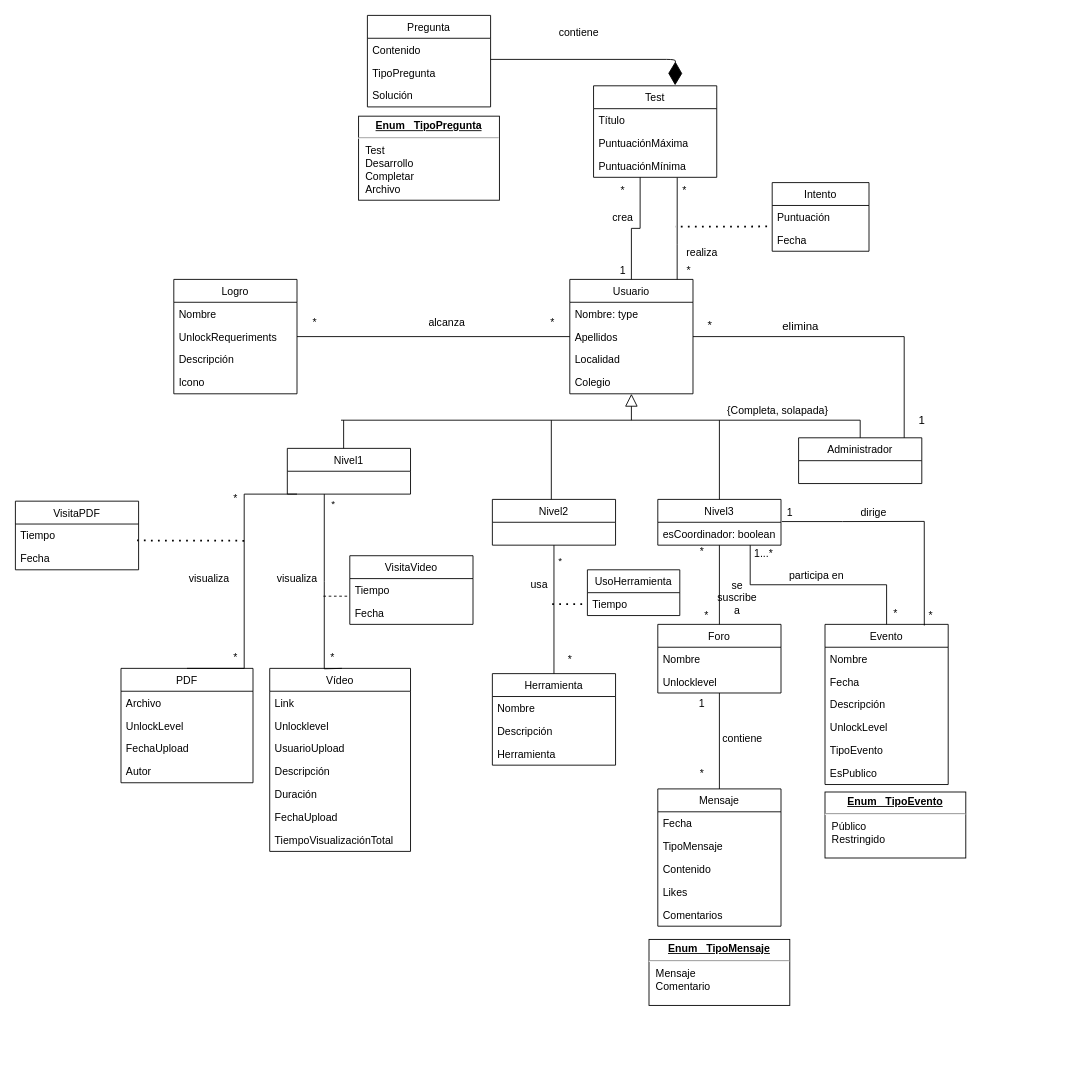
Before: Conceptualmodelm.drawio in gii-is-DP1/dp1-2020-g2-13, a draw.io diagram. Source tidied: cells renumbered, new cells numbered last; positions are measured from the earlier drawing's top-left corner, leaving out a move shared by most shapes. Both pictures are drawn from the tidied source at 88%, with x=0, y=0 at pixel (15, 15).
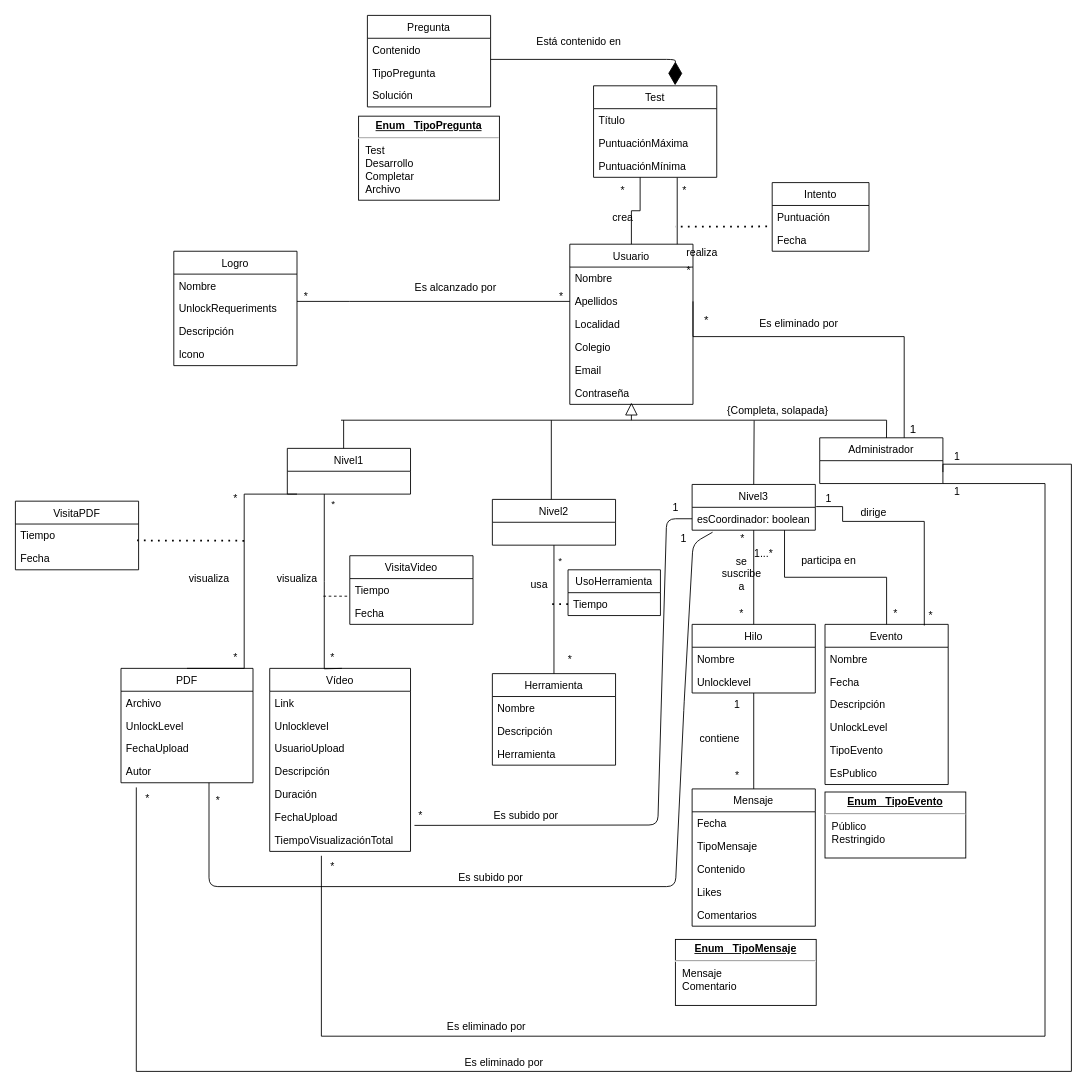
After the change.

Commit message:
Modelado conceptual actualizado

The change refers to these unchanged cells:
```xml
<mxCell id="6" value="Apellidos" style="text;strokeColor=none;fillColor=none;align=left;verticalAlign=top;spacingLeft=4;spacingRight=4;overflow=hidden;points=[[0,0.5],[1,0.5]];portConstraint=eastwest;" parent="4" vertex="1">
  <mxGeometry y="52" width="140" height="26" as="geometry" />
</mxCell>
<mxCell id="14" value="Autor" style="text;strokeColor=none;fillColor=none;align=left;verticalAlign=top;spacingLeft=4;spacingRight=4;overflow=hidden;points=[[0,0.5],[1,0.5]];portConstraint=eastwest;" parent="10" vertex="1">
  <mxGeometry y="104" width="150" height="26" as="geometry" />
</mxCell>
<mxCell id="24" value="TiempoVisualizaciónTotal" style="text;strokeColor=none;fillColor=none;align=left;verticalAlign=top;spacingLeft=4;spacingRight=4;overflow=hidden;points=[[0,0.5],[1,0.5]];portConstraint=eastwest;" parent="17" vertex="1">
  <mxGeometry y="182" width="160" height="26" as="geometry" />
</mxCell>
<mxCell id="77" value="esCoordinador: boolean" style="text;strokeColor=none;fillColor=none;align=left;verticalAlign=top;spacingLeft=4;spacingRight=4;overflow=hidden;points=[[0,0.5],[1,0.5]];portConstraint=eastwest;" parent="76" vertex="1">
  <mxGeometry y="26" width="140" height="26" as="geometry" />
</mxCell>
<mxCell id="78" style="edgeStyle=orthogonalEdgeStyle;rounded=0;jettySize=auto;html=1;startArrow=none;startFill=0;endArrow=none;endFill=0;entryX=1;entryY=0.5;entryDx=0;entryDy=0;" parent="1" edge="1" source="81" target="6">
  <mxGeometry relative="1" as="geometry">
    <Array as="points">
      <mxPoint x="1010" y="365" />
    </Array>
  </mxGeometry>
</mxCell>
<mxCell id="127" value="{Completa, solapada}" style="text;html=1;align=center;verticalAlign=middle;points=[];" parent="1" vertex="1">
  <mxGeometry x="801" y="440" width="130" height="20" as="geometry" />
</mxCell>
```

Diff of the diagram source:
```diff
@@
     <mxCell id="4" value="Usuario" style="swimlane;fontStyle=0;horizontal=1;startSize=26;fillColor=none;" parent="1" vertex="1">
-      <mxGeometry x="630" y="300" width="140" height="130" as="geometry" />
+      <mxGeometry x="630" y="260" width="140" height="182" as="geometry" />
     </mxCell>
-    <mxCell id="5" value="Nombre: type" style="text;strokeColor=none;fillColor=none;align=left;verticalAlign=top;spacingLeft=4;spacingRight=4;overflow=hidden;" parent="4" vertex="1">
+    <mxCell id="5" value="Nombre" style="text;strokeColor=none;fillColor=none;align=left;verticalAlign=top;spacingLeft=4;spacingRight=4;overflow=hidden;" parent="4" vertex="1">
       <mxGeometry y="26" width="140" height="26" as="geometry" />
     </mxCell>
@@
+    <mxCell id="129" value="Email" style="text;strokeColor=none;fillColor=none;align=left;verticalAlign=top;spacingLeft=4;spacingRight=4;overflow=hidden;" parent="4" vertex="1">
+      <mxGeometry y="130" width="140" height="26" as="geometry" />
+    </mxCell>
+    <mxCell id="130" value="Contraseña" style="text;strokeColor=none;fillColor=none;align=left;verticalAlign=top;spacingLeft=4;spacingRight=4;overflow=hidden;" parent="4" vertex="1">
+      <mxGeometry y="156" width="140" height="26" as="geometry" />
+    </mxCell>
@@
-    <mxCell id="30" value="Foro" style="swimlane;fontStyle=0;horizontal=1;startSize=26;fillColor=none;" parent="1" vertex="1">
-      <mxGeometry x="730" y="692" width="140" height="78" as="geometry" />
+    <mxCell id="30" value="Hilo" style="swimlane;fontStyle=0;horizontal=1;startSize=26;fillColor=none;" parent="1" vertex="1">
+      <mxGeometry x="769" y="692" width="140" height="78" as="geometry" />
     </mxCell>
@@
     <mxCell id="33" value="Mensaje" style="swimlane;fontStyle=0;horizontal=1;startSize=26;fillColor=none;" parent="1" vertex="1">
-      <mxGeometry x="730" y="879" width="140" height="156" as="geometry" />
+      <mxGeometry x="769" y="879" width="140" height="156" as="geometry" />
     </mxCell>
@@
     <mxCell id="50" value="contiene" style="text;html=1;align=center;verticalAlign=middle;" parent="1" vertex="1">
-      <mxGeometry x="796" y="812" width="60" height="20" as="geometry" />
+      <mxGeometry x="770" y="812" width="60" height="20" as="geometry" />
     </mxCell>
     <mxCell id="51" value="1" style="text;html=1;align=center;verticalAlign=middle;" parent="1" vertex="1">
-      <mxGeometry x="770" y="772" width="20" height="20" as="geometry" />
+      <mxGeometry x="810" y="773" width="20" height="20" as="geometry" />
     </mxCell>
     <mxCell id="52" value="*" style="text;html=1;align=center;verticalAlign=middle;" parent="1" vertex="1">
-      <mxGeometry x="770" y="852" width="20" height="20" as="geometry" />
+      <mxGeometry x="810" y="854" width="20" height="20" as="geometry" />
     </mxCell>
-    <mxCell id="53" value="contiene" style="text;html=1;align=center;verticalAlign=middle;" parent="1" vertex="1">
-      <mxGeometry x="610" y="10" width="60" height="20" as="geometry" />
+    <mxCell id="53" value="Está contenido en" style="text;html=1;align=center;verticalAlign=middle;" parent="1" vertex="1">
+      <mxGeometry x="585" y="20" width="110" height="20" as="geometry" />
     </mxCell>
@@
-    <mxCell id="57" value="1" style="text;html=1;align=center;verticalAlign=middle;" parent="1" vertex="1">
-      <mxGeometry x="680" y="280" width="20" height="20" as="geometry" />
-    </mxCell>
@@
     <mxCell id="64" value="&lt;p style=&quot;margin: 0px ; margin-top: 4px ; text-align: center ; text-decoration: underline&quot;&gt;&lt;b&gt;Enum&amp;nbsp; &amp;nbsp;TipoMensaje&lt;/b&gt;&lt;/p&gt;&lt;hr&gt;&lt;p style=&quot;margin: 0px ; margin-left: 8px&quot;&gt;Mensaje&lt;br&gt;Comentario&lt;br&gt;&lt;/p&gt;" style="verticalAlign=top;align=left;overflow=fill;fontSize=12;fontFamily=Helvetica;html=1;" parent="1" vertex="1">
-      <mxGeometry x="720" y="1050" width="160" height="75" as="geometry" />
+      <mxGeometry x="750" y="1050" width="160" height="75" as="geometry" />
     </mxCell>
@@
     <mxCell id="66" style="edgeStyle=orthogonalEdgeStyle;rounded=0;jettySize=auto;html=1;entryX=0;entryY=0.5;entryDx=0;entryDy=0;startArrow=none;startFill=0;endArrow=none;endFill=0;" parent="1" edge="1" source="67" target="6">
-      <mxGeometry relative="1" as="geometry" />
+      <mxGeometry relative="1" as="geometry">
+        <Array as="points">
+          <mxPoint x="380" y="325" />
+          <mxPoint x="380" y="325" />
+        </Array>
+      </mxGeometry>
     </mxCell>
     <mxCell id="67" value="Logro" style="swimlane;fontStyle=0;horizontal=1;startSize=26;fillColor=none;" parent="1" vertex="1">
-      <mxGeometry x="180" y="300" width="140" height="130" as="geometry" />
+      <mxGeometry x="180" y="268" width="140" height="130" as="geometry" />
     </mxCell>
@@
     <mxCell id="76" value="Nivel3" style="swimlane;fontStyle=0;horizontal=1;startSize=26;fillColor=none;" parent="1" vertex="1">
-      <mxGeometry x="730" y="550" width="140" height="52" as="geometry" />
+      <mxGeometry x="769" y="533" width="140" height="52" as="geometry" />
     </mxCell>
@@
-    <mxCell id="79" value="elimina" style="edgeLabel;html=1;align=center;verticalAlign=middle;fontSize=13;" parent="78" vertex="1">
-      <mxGeometry x="0.45" y="-16" relative="1" as="geometry">
-        <mxPoint x="23.3" y="3" as="offset" />
-      </mxGeometry>
-    </mxCell>
@@
+    <mxCell id="131" style="edgeStyle=orthogonalEdgeStyle;rounded=0;jettySize=auto;html=1;exitX=1;exitY=0.75;exitDx=0;exitDy=0;entryX=0.116;entryY=1.203;entryDx=0;entryDy=0;entryPerimeter=0;endArrow=none;endFill=0;" parent="1" edge="1" source="81" target="14">
+      <mxGeometry relative="1" as="geometry">
+        <Array as="points">
+          <mxPoint x="1054" y="510" />
+          <mxPoint x="1200" y="510" />
+          <mxPoint x="1200" y="1200" />
+          <mxPoint x="137" y="1200" />
+        </Array>
+      </mxGeometry>
+    </mxCell>
+    <mxCell id="132" style="edgeStyle=orthogonalEdgeStyle;rounded=0;jettySize=auto;html=1;exitX=1;exitY=1;exitDx=0;exitDy=0;entryX=0.367;entryY=1.192;entryDx=0;entryDy=0;entryPerimeter=0;endArrow=none;endFill=0;" parent="1" edge="1" source="81" target="24">
+      <mxGeometry relative="1" as="geometry">
+        <Array as="points">
+          <mxPoint x="1170" y="532" />
+          <mxPoint x="1170" y="1160" />
+          <mxPoint x="348" y="1160" />
+        </Array>
+      </mxGeometry>
+    </mxCell>
     <mxCell id="81" value="Administrador" style="swimlane;fontStyle=0;horizontal=1;startSize=26;fillColor=none;" parent="1" vertex="1">
-      <mxGeometry x="890" y="480" width="140" height="52" as="geometry" />
+      <mxGeometry x="914" y="480" width="140" height="52" as="geometry" />
     </mxCell>
@@
-    <mxCell id="92" style="endArrow=block;endFill=0;endSize=12;html=1;entryX=0.5;entryY=1;entryDx=0;entryDy=0;" parent="1" edge="1">
+    <mxCell id="92" style="endArrow=block;endFill=0;endSize=12;html=1;" parent="1" edge="1">
       <mxGeometry relative="1" as="geometry">
         <mxPoint x="700" y="460" as="sourcePoint" />
-        <mxPoint x="700" y="430" as="targetPoint" />
+        <mxPoint x="700" y="440" as="targetPoint" />
       </mxGeometry>
     </mxCell>
     <mxCell id="93" style="endArrow=none;html=1;" parent="1" edge="1">
       <mxGeometry relative="1" as="geometry">
         <mxPoint x="370" y="460" as="sourcePoint" />
-        <mxPoint x="960" y="460" as="targetPoint" />
+        <mxPoint x="990" y="460" as="targetPoint" />
       </mxGeometry>
     </mxCell>
@@
-    <mxCell id="95" style="endArrow=none;html=1;exitX=0.5;exitY=0;exitDx=0;exitDy=0;" parent="1" edge="1" source="81">
+    <mxCell id="95" style="endArrow=none;html=1;exitX=0.542;exitY=0.002;exitDx=0;exitDy=0;exitPerimeter=0;" parent="1" edge="1" source="81">
       <mxGeometry relative="1" as="geometry">
-        <mxPoint x="960" y="460" as="targetPoint" />
+        <mxPoint x="990" y="460" as="targetPoint" />
       </mxGeometry>
     </mxCell>
@@
-    <mxCell id="97" style="endArrow=none;html=1;exitX=0.5;exitY=0;exitDx=0;exitDy=0;" parent="1" edge="1" source="76">
-      <mxGeometry relative="1" as="geometry">
-        <mxPoint x="800" y="460" as="targetPoint" />
-      </mxGeometry>
+    <mxCell id="97" style="endArrow=none;html=1;exitX=0.5;exitY=0;exitDx=0;exitDy=0;entryX=0.296;entryY=1.017;entryDx=0;entryDy=0;entryPerimeter=0;" parent="1" edge="1" source="76" target="127">
+      <mxGeometry relative="1" as="geometry" />
     </mxCell>
@@
     <mxCell id="107" value="*" style="text;html=1;align=center;verticalAlign=middle;" parent="1" vertex="1">
-      <mxGeometry x="770" y="600" width="20" height="20" as="geometry" />
+      <mxGeometry x="816" y="585" width="20" height="20" as="geometry" />
     </mxCell>
     <mxCell id="108" value="*" style="text;html=1;align=center;verticalAlign=middle;" parent="1" vertex="1">
-      <mxGeometry x="775" y="672" width="20" height="20" as="geometry" />
+      <mxGeometry x="815" y="670" width="20" height="20" as="geometry" />
     </mxCell>
@@
     <mxCell id="110" value="UsoHerramienta" style="swimlane;fontStyle=0;horizontal=1;startSize=26;fillColor=none;" parent="1" vertex="1">
-      <mxGeometry x="650" y="630" width="105" height="52" as="geometry" />
+      <mxGeometry x="628" y="630" width="105" height="52" as="geometry" />
     </mxCell>
@@
     <mxCell id="115" value="*" style="text;html=1;align=center;verticalAlign=middle;" parent="1" vertex="1">
-      <mxGeometry x="330" y="340" width="20" height="20" as="geometry" />
+      <mxGeometry x="320" y="310" width="20" height="20" as="geometry" />
     </mxCell>
     <mxCell id="116" value="*" style="text;html=1;align=center;verticalAlign=middle;" parent="1" vertex="1">
-      <mxGeometry x="600" y="340" width="20" height="20" as="geometry" />
+      <mxGeometry x="610" y="310" width="20" height="20" as="geometry" />
     </mxCell>
@@
     <mxCell id="119" value="participa en" style="text;html=1;align=center;verticalAlign=middle;" parent="1" vertex="1">
-      <mxGeometry x="870" y="627" width="80" height="20" as="geometry" />
+      <mxGeometry x="884" y="610" width="80" height="20" as="geometry" />
     </mxCell>
     <mxCell id="120" value="1" style="text;html=1;align=center;verticalAlign=middle;" parent="1" vertex="1">
-      <mxGeometry x="870" y="555" width="20" height="20" as="geometry" />
+      <mxGeometry x="914" y="540" width="20" height="20" as="geometry" />
     </mxCell>
@@
     <mxCell id="123" value="se&lt;br&gt;suscribe&lt;br&gt;a" style="text;html=1;align=center;verticalAlign=middle;" parent="1" vertex="1">
-      <mxGeometry x="790" y="637" width="60" height="50" as="geometry" />
+      <mxGeometry x="795" y="610" width="60" height="50" as="geometry" />
     </mxCell>
@@
-    <mxCell id="126" value="alcanza" style="text;html=1;align=center;verticalAlign=middle;" parent="1" vertex="1">
-      <mxGeometry x="460" y="340" width="60" height="20" as="geometry" />
+    <mxCell id="126" value="Es alcanzado por" style="text;html=1;align=center;verticalAlign=middle;" parent="1" vertex="1">
+      <mxGeometry x="445" y="300" width="110" height="20" as="geometry" />
     </mxCell>
@@
     <mxCell id="128" value="1" style="text;html=1;align=center;verticalAlign=middle;fontSize=13;" parent="1" vertex="1">
-      <mxGeometry x="1020" y="450" width="20" height="20" as="geometry" />
+      <mxGeometry x="1010" y="460" width="20" height="20" as="geometry" />
     </mxCell>
+    <mxCell id="133" style="endArrow=none;html=1;exitX=1.028;exitY=-0.136;exitDx=0;exitDy=0;exitPerimeter=0;entryX=0;entryY=0.5;entryDx=0;entryDy=0;" parent="1" edge="1" source="24" target="77">
+      <mxGeometry relative="1" as="geometry">
+        <Array as="points">
+          <mxPoint x="730" y="920" />
+          <mxPoint x="740" y="572" />
+        </Array>
+      </mxGeometry>
+    </mxCell>
+    <mxCell id="134" style="endArrow=none;html=1;entryX=0.166;entryY=1.088;entryDx=0;entryDy=0;entryPerimeter=0;" parent="1" edge="1" target="77">
+      <mxGeometry relative="1" as="geometry">
+        <mxPoint x="220" y="872" as="sourcePoint" />
+        <Array as="points">
+          <mxPoint x="220" y="990" />
+          <mxPoint x="750" y="990" />
+          <mxPoint x="760" y="780" />
+          <mxPoint x="770" y="600" />
+        </Array>
+      </mxGeometry>
+    </mxCell>
+    <mxCell id="135" value="Es subido por" style="text;html=1;align=center;verticalAlign=middle;" parent="1" vertex="1">
+      <mxGeometry x="535" y="900" width="90" height="20" as="geometry" />
+    </mxCell>
+    <mxCell id="136" value="Es subido por" style="text;html=1;align=center;verticalAlign=middle;" parent="1" vertex="1">
+      <mxGeometry x="495" y="970" width="90" height="20" as="geometry" />
+    </mxCell>
+    <mxCell id="137" value="*" style="text;html=1;align=center;verticalAlign=middle;" parent="1" vertex="1">
+      <mxGeometry x="450" y="900" width="20" height="20" as="geometry" />
+    </mxCell>
+    <mxCell id="138" value="1" style="text;html=1;align=center;verticalAlign=middle;" parent="1" vertex="1">
+      <mxGeometry x="740" y="550" width="20" height="20" as="geometry" />
+    </mxCell>
+    <mxCell id="139" value="*" style="text;html=1;align=center;verticalAlign=middle;" parent="1" vertex="1">
+      <mxGeometry x="220" y="882.5" width="20" height="20" as="geometry" />
+    </mxCell>
+    <mxCell id="140" value="1" style="text;html=1;align=center;verticalAlign=middle;" parent="1" vertex="1">
+      <mxGeometry x="749" y="585" width="20" height="20" as="geometry" />
+    </mxCell>
+    <mxCell id="141" value="*" style="text;html=1;align=center;verticalAlign=middle;" parent="1" vertex="1">
+      <mxGeometry x="350" y="957.5" width="20" height="20" as="geometry" />
+    </mxCell>
+    <mxCell id="142" value="1" style="text;html=1;align=center;verticalAlign=middle;" parent="1" vertex="1">
+      <mxGeometry x="1060" y="532" width="20" height="20" as="geometry" />
+    </mxCell>
+    <mxCell id="143" value="1" style="text;html=1;align=center;verticalAlign=middle;" parent="1" vertex="1">
+      <mxGeometry x="1060" y="492" width="20" height="20" as="geometry" />
+    </mxCell>
+    <mxCell id="144" value="*" style="text;html=1;align=center;verticalAlign=middle;" parent="1" vertex="1">
+      <mxGeometry x="140" y="880" width="20" height="20" as="geometry" />
+    </mxCell>
+    <mxCell id="145" value="Es eliminado por" style="text;html=1;align=center;verticalAlign=middle;" parent="1" vertex="1">
+      <mxGeometry x="500" y="1180" width="110" height="20" as="geometry" />
+    </mxCell>
+    <mxCell id="146" value="Es eliminado por" style="text;html=1;align=center;verticalAlign=middle;" parent="1" vertex="1">
+      <mxGeometry x="480" y="1139" width="110" height="20" as="geometry" />
+    </mxCell>
+    <mxCell id="147" value="Es eliminado por" style="text;html=1;align=center;verticalAlign=middle;" parent="1" vertex="1">
+      <mxGeometry x="835" y="341" width="110" height="20" as="geometry" />
+    </mxCell>
```
